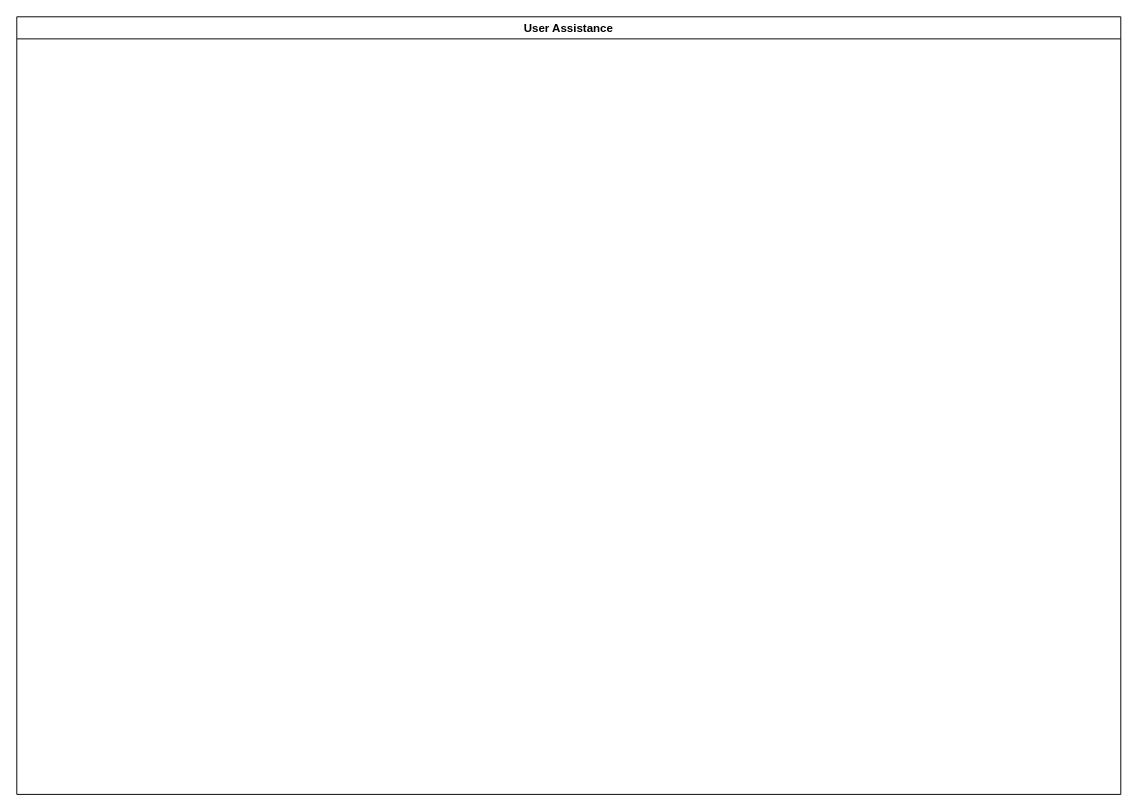
kmagua/flowcharts keeps this draw.io diagram as KEFRI-KM-User Assistance.drawio. Above is the earlier version. Source tidied: cells renumbered, new cells numbered last; positions are measured from the earlier drawing's top-left corner, leaving out a move shared by most shapes. Both pictures are drawn from the tidied source at 96%, with x=0, y=0 at pixel (16, 16).
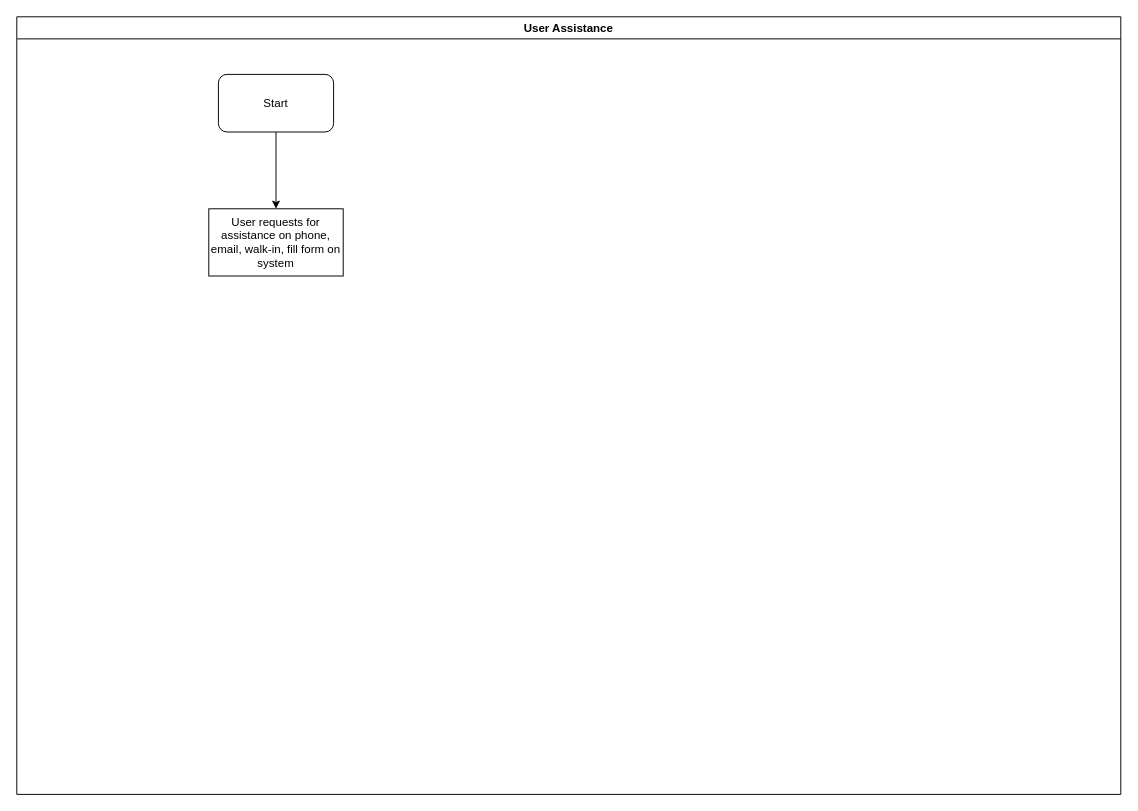
After the change.

What changed in the source:
```diff
@@
 <mxGraphModel>
   <root>
     <mxCell id="0" />
     <mxCell id="1" parent="0" />
     <mxCell id="2" value="User Assistance" style="swimlane;" parent="1" vertex="1">
       <mxGeometry width="1150" height="810" as="geometry" />
     </mxCell>
+    <mxCell id="3" value="Start" style="rounded=1;whiteSpace=wrap;html=1;" parent="2" vertex="1">
+      <mxGeometry x="210" y="60" width="120" height="60" as="geometry" />
+    </mxCell>
+    <mxCell id="4" value="User requests for assistance on phone, email, walk-in, fill form on system" style="rounded=0;whiteSpace=wrap;html=1;" parent="2" vertex="1">
+      <mxGeometry x="200" y="200" width="140" height="70" as="geometry" />
+    </mxCell>
+    <mxCell id="5" style="edgeStyle=orthogonalEdgeStyle;rounded=0;jettySize=auto;html=1;" parent="2" edge="1" source="3" target="4">
+      <mxGeometry relative="1" as="geometry" />
+    </mxCell>
   </root>
 </mxGraphModel>
```
